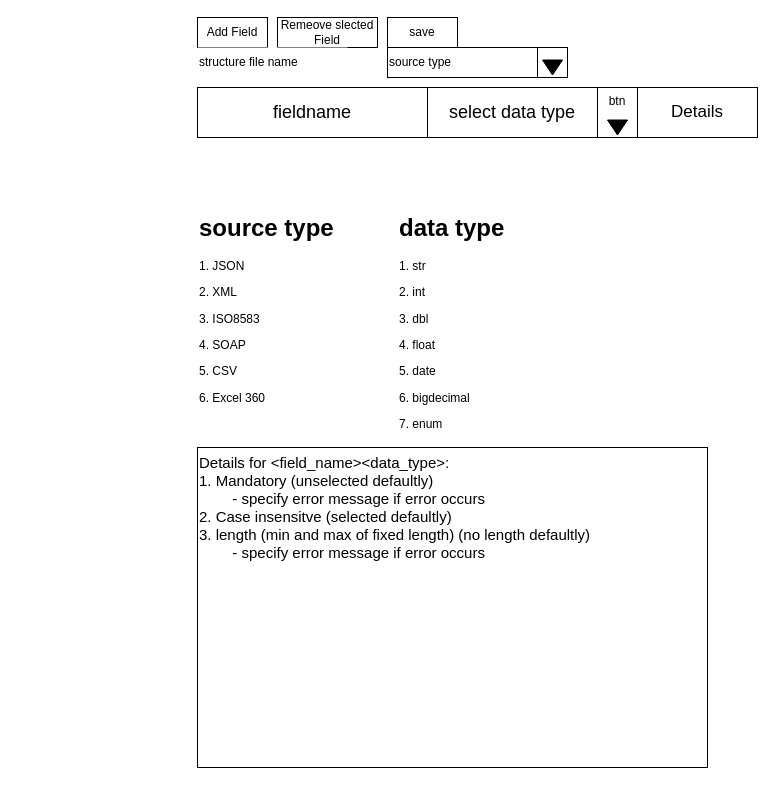
This is page "structure_page" (3 of 4) of sgimtt.drawio from mohamadjaelani/notes, a draw.io file, before an edit. Source tidied: cells renumbered, new cells numbered last; positions are measured from the earlier drawing's top-left corner, leaving out a move shared by most shapes. Both pictures are drawn from the tidied source at 100%, with x=0, y=0 at pixel (197, 17).
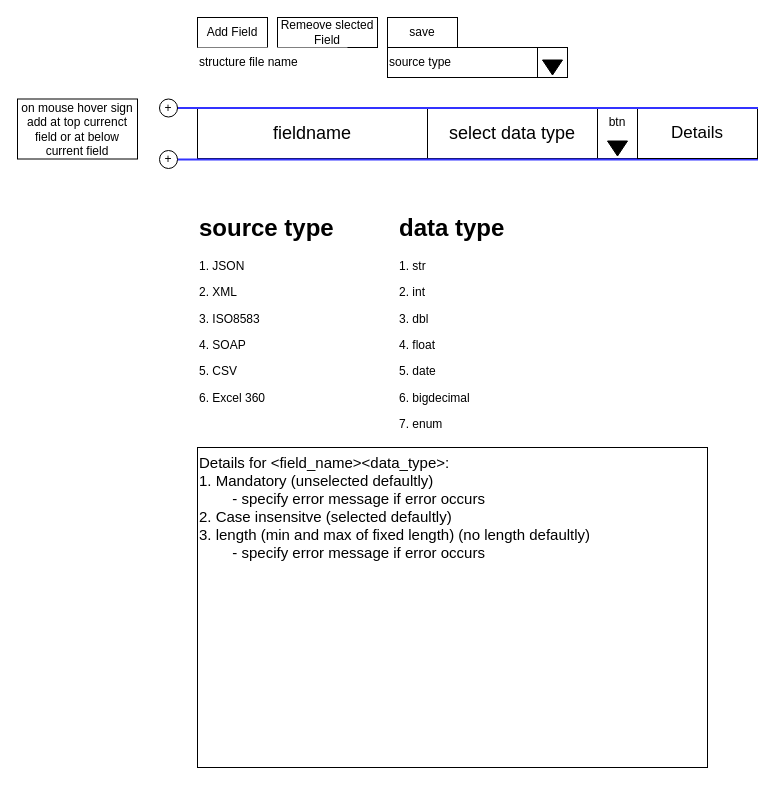
After the change.

What changed in the source:
```diff
@@
     <mxCell id="6" style="group;" parent="1" vertex="1">
-      <mxGeometry y="70" width="440" height="50" as="geometry" />
+      <mxGeometry y="91" width="548" height="57" as="geometry" />
     </mxCell>
@@
+    <mxCell id="18" style="group;" parent="6" vertex="1">
+      <mxGeometry x="-38" y="42" width="598" height="19" as="geometry" />
+    </mxCell>
+    <mxCell id="19" style="rounded=0;whiteSpace=wrap;html=1;strokeColor=#3333FF;" parent="18" vertex="1">
+      <mxGeometry x="18" y="8.5" width="580" height="1" as="geometry" />
+    </mxCell>
+    <mxCell id="20" value="+" style="ellipse;whiteSpace=wrap;html=1;" parent="18" vertex="1">
+      <mxGeometry width="18" height="18" as="geometry" />
+    </mxCell>
@@
     <mxCell id="16" value="Details" style="rounded=0;whiteSpace=wrap;html=1;fontSize=17;" parent="1" vertex="1">
-      <mxGeometry x="440" y="70" width="120" height="50" as="geometry" />
+      <mxGeometry x="440" y="91" width="120" height="50" as="geometry" />
     </mxCell>
@@
+    <mxCell id="21" style="group;" parent="1" vertex="1">
+      <mxGeometry x="-38" y="81.5" width="598" height="18" as="geometry" />
+    </mxCell>
+    <mxCell id="22" style="rounded=0;whiteSpace=wrap;html=1;strokeColor=#3333FF;" parent="21" vertex="1">
+      <mxGeometry x="18" y="8.5" width="580" height="1" as="geometry" />
+    </mxCell>
+    <mxCell id="23" value="+" style="ellipse;whiteSpace=wrap;html=1;" parent="21" vertex="1">
+      <mxGeometry width="18" height="18" as="geometry" />
+    </mxCell>
+    <mxCell id="24" value="on mouse hover sign add at top currenct field or at below current field" style="rounded=0;whiteSpace=wrap;html=1;" parent="1" vertex="1">
+      <mxGeometry x="-180" y="81.5" width="120" height="60" as="geometry" />
+    </mxCell>
```
